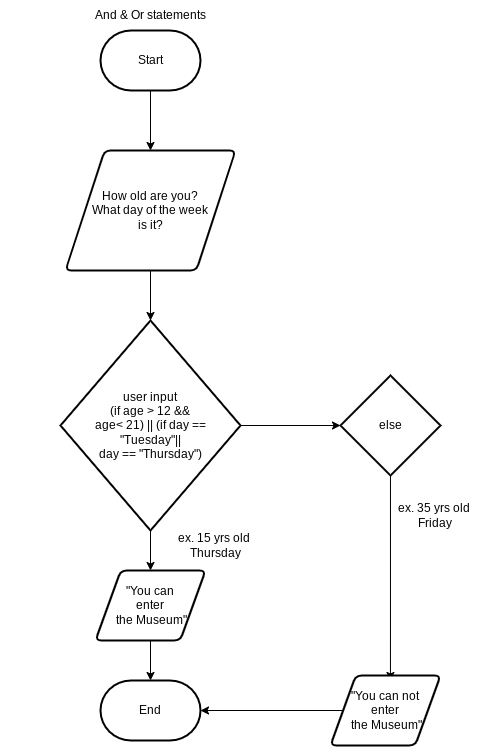
Before: design/flow-chart.png, a diagram exported from draw.io (MikeyGloriani/ICS2O-Unit-5-04-JS). Source tidied: cells renumbered, new cells last; positions are measured from the earlier drawing's top-left corner, leaving out a move shared by most shapes.
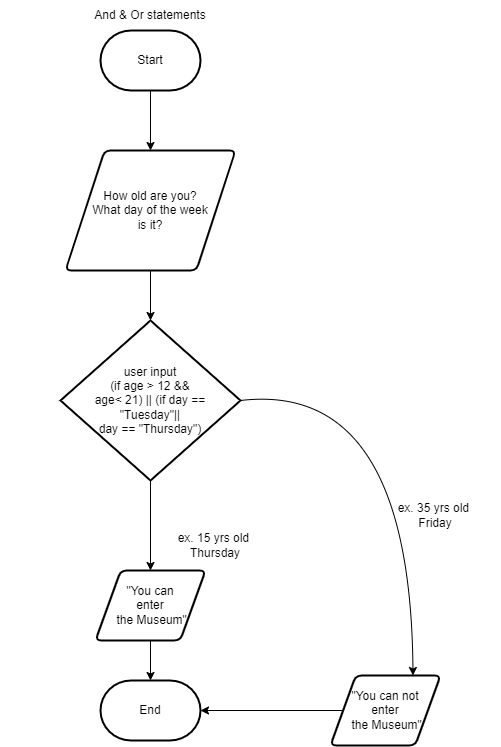
After the change.

Diff of the diagram source:
```diff
@@ -20,11 +20,8 @@
     <mxCell id="7" style="edgeStyle=none;html=1;entryX=0.5;entryY=0;entryDx=0;entryDy=0;" parent="1" edge="1" source="9" target="11">
       <mxGeometry relative="1" as="geometry" />
     </mxCell>
-    <mxCell id="8" style="edgeStyle=none;html=1;exitX=1;exitY=0.5;exitDx=0;exitDy=0;exitPerimeter=0;entryX=0;entryY=0.5;entryDx=0;entryDy=0;entryPerimeter=0;" parent="1" edge="1" source="9" target="13">
-      <mxGeometry relative="1" as="geometry" />
-    </mxCell>
     <mxCell id="9" value="user input&lt;br&gt;(if age &amp;gt; 12 &amp;amp;&amp;amp; &lt;br&gt;age&amp;lt; 21) || (if day ==&lt;br&gt;&quot;Tuesday&quot;|| &lt;br&gt;day == &quot;Thursday&quot;)" style="strokeWidth=2;html=1;shape=mxgraph.flowchart.decision;whiteSpace=wrap;" parent="1" vertex="1">
-      <mxGeometry x="60" y="320" width="180" height="210" as="geometry" />
+      <mxGeometry x="60" y="320" width="180" height="160" as="geometry" />
     </mxCell>
     <mxCell id="10" style="edgeStyle=none;html=1;" parent="1" edge="1" source="11" target="4">
       <mxGeometry relative="1" as="geometry" />
@@ -32,12 +29,6 @@
     <mxCell id="11" value="&quot;You can &lt;br&gt;enter&lt;br&gt;&amp;nbsp;the Museum&quot;" style="shape=parallelogram;html=1;strokeWidth=2;perimeter=parallelogramPerimeter;whiteSpace=wrap;rounded=1;arcSize=12;size=0.23;" parent="1" vertex="1">
       <mxGeometry x="95" y="570" width="110" height="70" as="geometry" />
     </mxCell>
-    <mxCell id="12" style="edgeStyle=none;html=1;entryX=0.545;entryY=0.071;entryDx=0;entryDy=0;entryPerimeter=0;" parent="1" edge="1" source="13" target="15">
-      <mxGeometry relative="1" as="geometry" />
-    </mxCell>
-    <mxCell id="13" value="else" style="strokeWidth=2;html=1;shape=mxgraph.flowchart.decision;whiteSpace=wrap;" parent="1" vertex="1">
-      <mxGeometry x="340" y="375" width="100" height="100" as="geometry" />
-    </mxCell>
     <mxCell id="14" style="edgeStyle=none;html=1;" parent="1" edge="1" source="15" target="4">
       <mxGeometry relative="1" as="geometry" />
     </mxCell>
@@ -53,5 +44,12 @@
     <mxCell id="18" value="ex. 35 yrs old&amp;nbsp;&lt;br&gt;Friday" style="text;html=1;strokeColor=none;fillColor=none;align=center;verticalAlign=middle;whiteSpace=wrap;rounded=0;" parent="1" vertex="1">
       <mxGeometry x="370" y="500" width="130" height="30" as="geometry" />
     </mxCell>
+    <mxCell id="19" style="curved=1;endArrow=classic;html=1;exitX=1;exitY=0.5;exitDx=0;exitDy=0;exitPerimeter=0;entryX=0.75;entryY=0;entryDx=0;entryDy=0;" parent="1" edge="1" source="9" target="15">
+      <mxGeometry relative="1" as="geometry">
+        <Array as="points">
+          <mxPoint x="410" y="380" />
+        </Array>
+      </mxGeometry>
+    </mxCell>
   </root>
 </mxGraphModel>
```
